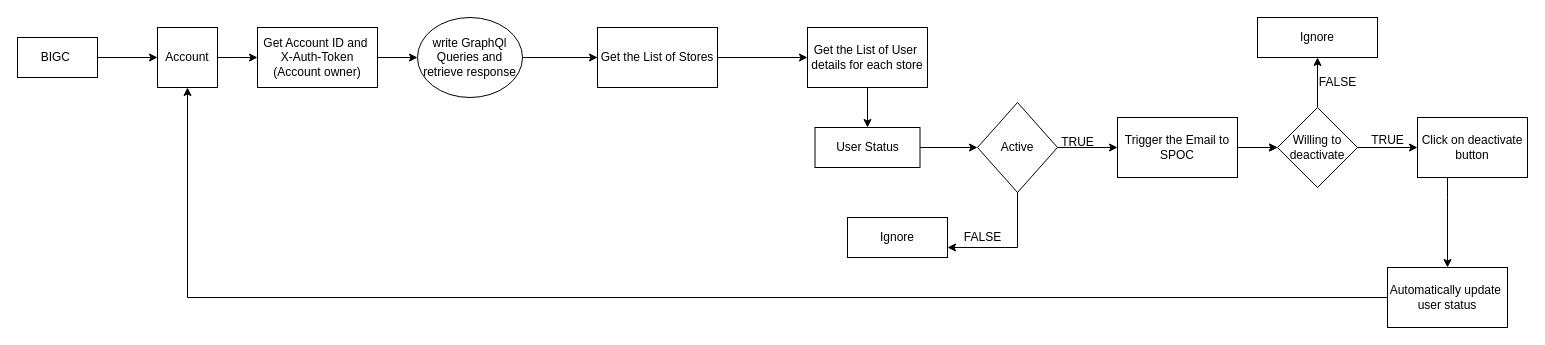
Kavanam123/Archary-Game keeps this draw.io diagram as Untitled Diagram.drawio. Above is the earlier version. Source tidied: cells renumbered, new cells numbered last; positions are measured from the earlier drawing's top-left corner, leaving out a move shared by most shapes. Both pictures are drawn from the tidied source at 100%, with x=0, y=0 at pixel (17, 17).
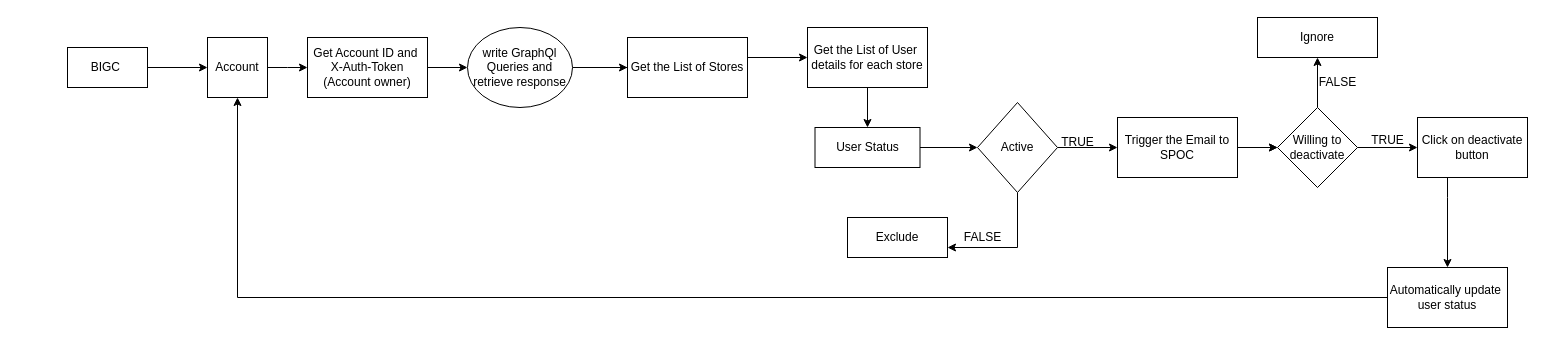
The same diagram, later.

Change to the diagram source:
```diff
@@
     <mxCell id="3" value="BIGC&amp;nbsp;" style="rounded=0;whiteSpace=wrap;html=1;" parent="1" vertex="1">
-      <mxGeometry y="20" width="80" height="40" as="geometry" />
+      <mxGeometry x="50" y="30" width="80" height="40" as="geometry" />
     </mxCell>
     <mxCell id="4" style="edgeStyle=orthogonalEdgeStyle;rounded=0;jettySize=auto;html=1;" parent="1" edge="1" source="5">
       <mxGeometry relative="1" as="geometry">
-        <mxPoint x="240" y="40" as="targetPoint" />
+        <mxPoint x="290" y="50" as="targetPoint" />
       </mxGeometry>
     </mxCell>
     <mxCell id="5" value="Account" style="whiteSpace=wrap;html=1;rounded=0;" parent="1" vertex="1">
-      <mxGeometry x="140" y="10" width="60" height="60" as="geometry" />
+      <mxGeometry x="190" y="20" width="60" height="60" as="geometry" />
     </mxCell>
@@
     <mxCell id="7" value="Get Account ID and&amp;nbsp;&lt;div&gt;X-Auth-Token (Account owner)&lt;/div&gt;" style="whiteSpace=wrap;html=1;rounded=0;" parent="1" vertex="1">
-      <mxGeometry x="240" y="10" width="120" height="60" as="geometry" />
+      <mxGeometry x="290" y="20" width="120" height="60" as="geometry" />
     </mxCell>
@@
     <mxCell id="19" value="write GraphQl Queries and retrieve response" style="ellipse;whiteSpace=wrap;html=1;rounded=0;" parent="1" vertex="1">
-      <mxGeometry x="400" width="105" height="80" as="geometry" />
+      <mxGeometry x="450" y="10" width="105" height="80" as="geometry" />
     </mxCell>
@@
-    <mxCell id="32" value="Ignore" style="whiteSpace=wrap;html=1;rounded=0;" parent="1" vertex="1">
+    <mxCell id="32" value="Exclude" style="whiteSpace=wrap;html=1;rounded=0;" parent="1" vertex="1">
       <mxGeometry x="830" y="200" width="100" height="40" as="geometry" />
     </mxCell>
@@
     <mxCell id="34" value="Get the List of Stores" style="whiteSpace=wrap;html=1;rounded=0;" parent="1" vertex="1">
-      <mxGeometry x="580" y="10" width="120" height="60" as="geometry" />
+      <mxGeometry x="610" y="20" width="120" height="60" as="geometry" />
     </mxCell>
```
